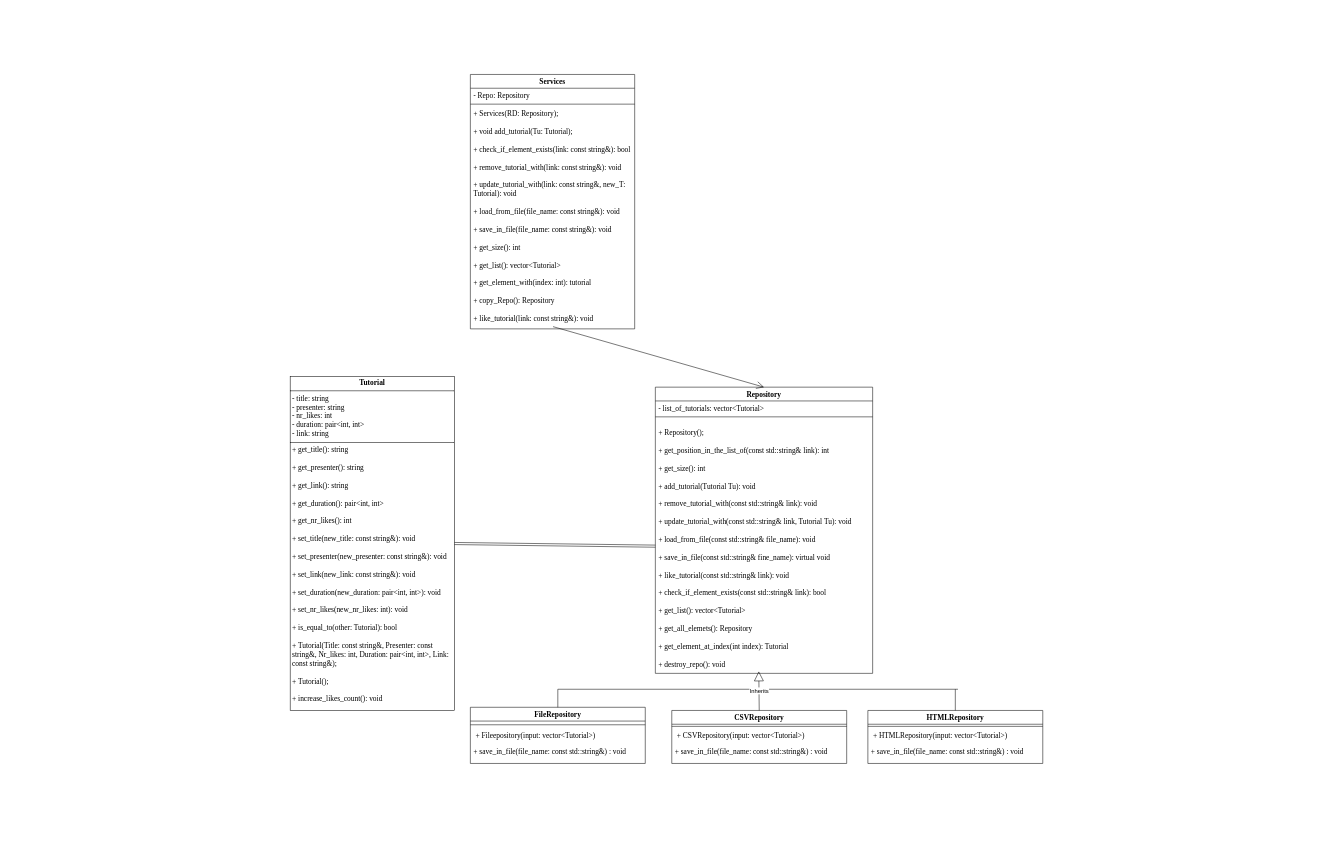
This is Untitled Diagram.drawio from TaschinaLuca/UML, a draw.io file, before an edit. Source tidied: cells renumbered, new cells numbered last; positions are measured from the earlier drawing's top-left corner, leaving out a move shared by most shapes. Both pictures are drawn from the tidied source at 53%, with x=0, y=0 at pixel (290, 74).
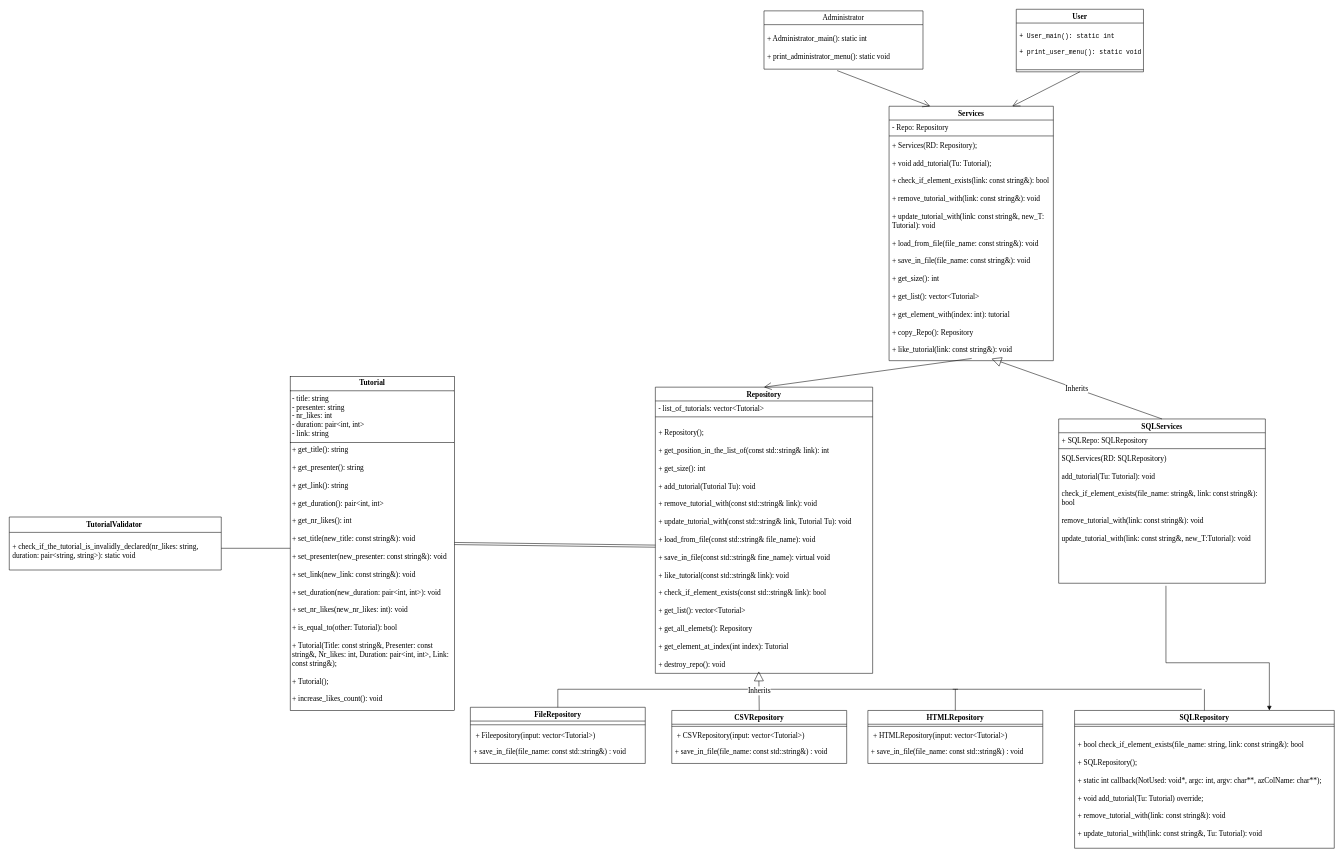
The same diagram, later.

Unchanged cells that the change refers to:
```xml
<mxCell id="5" value="&lt;div&gt;&lt;pre style=&quot;&quot;&gt;&lt;font style=&quot;color: rgb(0, 0, 0); font-size: 14px;&quot; face=&quot;Times New Roman&quot;&gt;+ Repository();&lt;br&gt;&lt;br&gt;+ get_position_in_the_list_of(const std::string&amp;amp; link): int&lt;br&gt;&lt;br&gt;+ get_size(): int&lt;br&gt;&lt;br&gt;+ add_tutorial(Tutorial Tu): void&lt;br&gt;&lt;br&gt;+ remove_tutorial_with(const std::string&amp;amp; link): void&lt;br&gt;&lt;br&gt;+ update_tutorial_with(const std::string&amp;amp; link, Tutorial Tu): void&lt;br&gt;&lt;br&gt;+ load_from_file(const std::string&amp;amp; file_name): void&lt;br&gt;&lt;br&gt;+ save_in_file(const std::string&amp;amp; fine_name): virtual void&lt;br&gt;&lt;br&gt;+ like_tutorial(const std::string&amp;amp; link): void&lt;br&gt;&lt;br&gt;+ check_if_element_exists(const std::string&amp;amp; link): bool&lt;br&gt;&lt;br&gt;+ get_list(): vector&amp;lt;Tutorial&amp;gt;&lt;br&gt;&lt;br&gt;+ get_all_elemets(): Repository&lt;br&gt;&lt;br&gt;+ get_element_at_index(int index): Tutorial&lt;br&gt;&lt;br&gt;+ destroy_repo(): void&lt;/font&gt;&lt;/pre&gt;&lt;/div&gt;" style="text;strokeColor=none;fillColor=none;align=left;verticalAlign=top;spacingLeft=4;spacingRight=4;overflow=hidden;points=[[0,0.5],[1,0.5]];portConstraint=eastwest;whiteSpace=wrap;html=1;" parent="2" vertex="1">
  <mxGeometry y="60" width="410" height="480" as="geometry" />
</mxCell>
<mxCell id="9" value="&lt;font face=&quot;Times New Roman&quot; style=&quot;font-size: 14px;&quot;&gt;CSVRepository&lt;/font&gt;" style="swimlane;fontStyle=1;align=center;verticalAlign=top;horizontal=1;startSize=26;whiteSpace=wrap;html=1;" parent="1" vertex="1">
  <mxGeometry x="720" y="1200" width="330" height="100" as="geometry" />
</mxCell>
<mxCell id="23" value="&lt;div&gt;&lt;font face=&quot;Times New Roman&quot; style=&quot;font-size: 14px;&quot;&gt;+ Services(RD: Repository);&lt;/font&gt;&lt;/div&gt;&lt;div&gt;&lt;font face=&quot;Times New Roman&quot; style=&quot;font-size: 14px;&quot;&gt;&lt;br&gt;&lt;/font&gt;&lt;/div&gt;&lt;div&gt;&lt;font face=&quot;Times New Roman&quot; style=&quot;font-size: 14px;&quot;&gt;+ void add_tutorial(Tu: Tutorial);&lt;/font&gt;&lt;/div&gt;&lt;div&gt;&lt;font face=&quot;Times New Roman&quot; style=&quot;font-size: 14px;&quot;&gt;&lt;br&gt;&lt;/font&gt;&lt;/div&gt;&lt;div&gt;&lt;font face=&quot;Times New Roman&quot; style=&quot;font-size: 14px;&quot;&gt;+ check_if_element_exists(link: const string&amp;amp;): bool&lt;/font&gt;&lt;/div&gt;&lt;div&gt;&lt;font face=&quot;Times New Roman&quot; style=&quot;font-size: 14px;&quot;&gt;&lt;br&gt;&lt;/font&gt;&lt;/div&gt;&lt;div&gt;&lt;font face=&quot;Times New Roman&quot; style=&quot;font-size: 14px;&quot;&gt;+ remove_tutorial_with(link: const string&amp;amp;): void&lt;/font&gt;&lt;/div&gt;&lt;div&gt;&lt;font face=&quot;Times New Roman&quot; style=&quot;font-size: 14px;&quot;&gt;&lt;br&gt;&lt;/font&gt;&lt;/div&gt;&lt;div&gt;&lt;font face=&quot;Times New Roman&quot; style=&quot;font-size: 14px;&quot;&gt;+ update_tutorial_with(link: const string&amp;amp;, new_T: Tutorial): void&lt;/font&gt;&lt;/div&gt;&lt;div&gt;&lt;font face=&quot;Times New Roman&quot; style=&quot;font-size: 14px;&quot;&gt;&lt;br&gt;&lt;/font&gt;&lt;/div&gt;&lt;div&gt;&lt;font face=&quot;Times New Roman&quot; style=&quot;font-size: 14px;&quot;&gt;+ load_from_file(file_name: const string&amp;amp;): void&lt;/font&gt;&lt;/div&gt;&lt;div&gt;&lt;font face=&quot;Times New Roman&quot; style=&quot;font-size: 14px;&quot;&gt;&lt;br&gt;&lt;/font&gt;&lt;/div&gt;&lt;div&gt;&lt;font face=&quot;Times New Roman&quot; style=&quot;font-size: 14px;&quot;&gt;+ save_in_file(file_name: const string&amp;amp;): void&lt;/font&gt;&lt;/div&gt;&lt;div&gt;&lt;font face=&quot;Times New Roman&quot; style=&quot;font-size: 14px;&quot;&gt;&lt;br&gt;&lt;/font&gt;&lt;/div&gt;&lt;div&gt;&lt;font face=&quot;Times New Roman&quot; style=&quot;font-size: 14px;&quot;&gt;+ get_size(): int&lt;/font&gt;&lt;/div&gt;&lt;div&gt;&lt;font face=&quot;Times New Roman&quot; style=&quot;font-size: 14px;&quot;&gt;&lt;br&gt;&lt;/font&gt;&lt;/div&gt;&lt;div&gt;&lt;font face=&quot;Times New Roman&quot; style=&quot;font-size: 14px;&quot;&gt;+ get_list(): vector&amp;lt;Tutorial&amp;gt;&lt;/font&gt;&lt;/div&gt;&lt;div&gt;&lt;font face=&quot;Times New Roman&quot; style=&quot;font-size: 14px;&quot;&gt;&lt;br&gt;&lt;/font&gt;&lt;/div&gt;&lt;div&gt;&lt;font face=&quot;Times New Roman&quot; style=&quot;font-size: 14px;&quot;&gt;+ get_element_with(index: int): tutorial&lt;/font&gt;&lt;/div&gt;&lt;div&gt;&lt;font face=&quot;Times New Roman&quot; style=&quot;font-size: 14px;&quot;&gt;&lt;br&gt;&lt;/font&gt;&lt;/div&gt;&lt;div&gt;&lt;font face=&quot;Times New Roman&quot; style=&quot;font-size: 14px;&quot;&gt;+ copy_Repo(): Repository&lt;/font&gt;&lt;/div&gt;&lt;div&gt;&lt;font face=&quot;Times New Roman&quot; style=&quot;font-size: 14px;&quot;&gt;&lt;br&gt;&lt;/font&gt;&lt;/div&gt;&lt;div&gt;&lt;font face=&quot;Times New Roman&quot; style=&quot;font-size: 14px;&quot;&gt;+ like_tutorial(link: const string&amp;amp;): void&lt;/font&gt;&lt;/div&gt;&lt;div&gt;&lt;font face=&quot;Times New Roman&quot; style=&quot;font-size: 14px;&quot;&gt;&lt;br&gt;&lt;/font&gt;&lt;/div&gt;&lt;div&gt;&lt;font face=&quot;Times New Roman&quot; style=&quot;font-size: 14px;&quot;&gt;+ destroy_service(): void&lt;/font&gt;&lt;/div&gt;" style="text;strokeColor=none;fillColor=none;align=left;verticalAlign=top;spacingLeft=4;spacingRight=4;overflow=hidden;points=[[0,0.5],[1,0.5]];portConstraint=eastwest;whiteSpace=wrap;html=1;" parent="20" vertex="1">
  <mxGeometry y="60" width="310" height="420" as="geometry" />
</mxCell>
```

What changed in the source:
```diff
@@
-    <mxCell id="17" value="Inherits" style="endArrow=block;endSize=16;endFill=0;html=1;rounded=0;exitX=0.5;exitY=0;exitDx=0;exitDy=0;entryX=0.476;entryY=0.992;entryDx=0;entryDy=0;entryPerimeter=0;" parent="1" edge="1" source="9" target="5">
+    <mxCell id="17" value="&lt;font face=&quot;Times New Roman&quot; style=&quot;font-size: 14px;&quot;&gt;Inherits&lt;/font&gt;" style="endArrow=block;endSize=16;endFill=0;html=1;rounded=0;exitX=0.5;exitY=0;exitDx=0;exitDy=0;entryX=0.476;entryY=0.992;entryDx=0;entryDy=0;entryPerimeter=0;" parent="1" edge="1" source="9" target="5">
       <mxGeometry relative="1" as="geometry" />
     </mxCell>
@@
     <mxCell id="20" value="&lt;font style=&quot;font-size: 14px;&quot; face=&quot;Times New Roman&quot;&gt;Services&lt;/font&gt;" style="swimlane;fontStyle=1;align=center;verticalAlign=top;horizontal=1;startSize=26;whiteSpace=wrap;html=1;" parent="1" vertex="1">
-      <mxGeometry x="340" width="310" height="480" as="geometry" />
+      <mxGeometry x="1130" y="60" width="310" height="480" as="geometry" />
     </mxCell>
@@
+    <mxCell id="25" value="&lt;font face=&quot;Times New Roman&quot; style=&quot;font-size: 14px;&quot;&gt;TutorialValidator&lt;/font&gt;&amp;nbsp;" style="swimlane;fontStyle=1;align=center;verticalAlign=middle;horizontal=1;startSize=29;html=1;whiteSpace=wrap;" parent="1" vertex="1">
+      <mxGeometry x="-530" y="835" width="400" height="100" as="geometry" />
+    </mxCell>
+    <mxCell id="26" value="&lt;font face=&quot;Times New Roman&quot; style=&quot;font-size: 14px;&quot;&gt;+ check_if_the_tutorial_is_invalidly_declared(nr_likes: string, duration: pair&amp;lt;string, string&amp;gt;): static void&lt;/font&gt;" style="text;html=1;strokeColor=none;fillColor=none;align=left;verticalAlign=middle;spacingLeft=4;spacingRight=4;overflow=hidden;whiteSpace=wrap;" parent="25" vertex="1">
+      <mxGeometry y="29" width="400" height="71" as="geometry" />
+    </mxCell>
+    <mxCell id="27" style="line;strokeWidth=1;fillColor=none;align=left;verticalAlign=middle;spacingTop=-1;spacingLeft=3;spacingRight=3;labelPosition=right;strokeColor=inherit;" parent="1" vertex="1">
+      <mxGeometry x="-130" y="890" width="130" height="8" as="geometry" />
+    </mxCell>
+    <mxCell id="28" value="&lt;font style=&quot;font-size: 14px;&quot; face=&quot;Times New Roman&quot;&gt;SQLRepository&lt;/font&gt;" style="swimlane;fontStyle=1;align=center;verticalAlign=top;horizontal=1;startSize=26;whiteSpace=wrap;html=1;" parent="1" vertex="1">
+      <mxGeometry x="1480" y="1200" width="490" height="260" as="geometry" />
+    </mxCell>
+    <mxCell id="29" style="line;strokeWidth=1;fillColor=none;align=left;verticalAlign=middle;spacingTop=-1;spacingLeft=3;spacingRight=3;labelPosition=right;strokeColor=inherit;" parent="28" vertex="1">
+      <mxGeometry y="26" width="490" height="8" as="geometry" />
+    </mxCell>
+    <mxCell id="30" value="&lt;div&gt;&lt;font face=&quot;Times New Roman&quot; style=&quot;font-size: 14px;&quot;&gt;&lt;br&gt;&lt;/font&gt;&lt;/div&gt;&lt;div&gt;&lt;font face=&quot;Times New Roman&quot; style=&quot;font-size: 14px;&quot;&gt;+ bool check_if_element_exists(file_name: string, link: const string&amp;amp;): bool&lt;/font&gt;&lt;/div&gt;&lt;div&gt;&lt;font face=&quot;Times New Roman&quot; style=&quot;font-size: 14px;&quot;&gt;&lt;br&gt;&lt;/font&gt;&lt;/div&gt;&lt;div&gt;&lt;font face=&quot;Times New Roman&quot; style=&quot;font-size: 14px;&quot;&gt;+ SQLRepository();&lt;/font&gt;&lt;/div&gt;&lt;div&gt;&lt;font face=&quot;Times New Roman&quot; style=&quot;font-size: 14px;&quot;&gt;&lt;br&gt;&lt;/font&gt;&lt;/div&gt;&lt;div&gt;&lt;font face=&quot;Times New Roman&quot; style=&quot;font-size: 14px;&quot;&gt;+ static int callback(NotUsed: void*, argc: int, argv: char**, azColName: char**);&lt;/font&gt;&lt;/div&gt;&lt;div&gt;&lt;font face=&quot;Times New Roman&quot; style=&quot;font-size: 14px;&quot;&gt;&lt;br&gt;&lt;/font&gt;&lt;/div&gt;&lt;div&gt;&lt;font face=&quot;Times New Roman&quot; style=&quot;font-size: 14px;&quot;&gt;+ void add_tutorial(Tu: Tutorial) override;&lt;/font&gt;&lt;/div&gt;&lt;div&gt;&lt;font face=&quot;Times New Roman&quot; style=&quot;font-size: 14px;&quot;&gt;&lt;br&gt;&lt;/font&gt;&lt;/div&gt;&lt;div&gt;&lt;font face=&quot;Times New Roman&quot; style=&quot;font-size: 14px;&quot;&gt;+ remove_tutorial_with(link: const string&amp;amp;): void&lt;/font&gt;&lt;/div&gt;&lt;div&gt;&lt;font face=&quot;Times New Roman&quot; style=&quot;font-size: 14px;&quot;&gt;&lt;br&gt;&lt;/font&gt;&lt;/div&gt;&lt;div&gt;&lt;font face=&quot;Times New Roman&quot; style=&quot;font-size: 14px;&quot;&gt;+ update_tutorial_with(link: const string&amp;amp;, Tu: Tutorial): void&lt;/font&gt;&lt;/div&gt;" style="text;strokeColor=none;fillColor=none;align=left;verticalAlign=top;spacingLeft=4;spacingRight=4;overflow=hidden;whiteSpace=wrap;html=1;" parent="28" vertex="1">
+      <mxGeometry y="34" width="490" height="226" as="geometry" />
+    </mxCell>
+    <mxCell id="31" style="endArrow=none;html=1;rounded=0;" parent="1" edge="1">
+      <mxGeometry relative="1" as="geometry">
+        <mxPoint x="1250" y="1160" as="sourcePoint" />
+        <mxPoint x="1720" y="1160" as="targetPoint" />
+      </mxGeometry>
+    </mxCell>
+    <mxCell id="32" style="endArrow=none;html=1;rounded=0;entryX=0.5;entryY=0;entryDx=0;entryDy=0;" parent="1" edge="1" target="28">
+      <mxGeometry relative="1" as="geometry">
+        <mxPoint x="1725" y="1160" as="sourcePoint" />
+      </mxGeometry>
+    </mxCell>
+    <mxCell id="33" value="&lt;font face=&quot;Times New Roman&quot; style=&quot;font-size: 14px;&quot;&gt;SQLServices&lt;/font&gt;" style="swimlane;fontStyle=1;align=center;verticalAlign=top;horizontal=1;startSize=26;whiteSpace=wrap;html=1;" parent="1" vertex="1">
+      <mxGeometry x="1450" y="650" width="390" height="310" as="geometry" />
+    </mxCell>
+    <mxCell id="34" value="&lt;font style=&quot;font-size: 14px;&quot; face=&quot;Times New Roman&quot;&gt;+ SQLRepo: SQLRepository&lt;/font&gt;" style="text;strokeColor=none;fillColor=none;align=left;verticalAlign=top;spacingLeft=4;spacingRight=4;overflow=hidden;whiteSpace=wrap;html=1;" parent="33" vertex="1">
+      <mxGeometry y="26" width="390" height="26" as="geometry" />
+    </mxCell>
+    <mxCell id="35" style="line;strokeWidth=1;fillColor=none;align=left;verticalAlign=middle;spacingTop=-1;spacingLeft=3;spacingRight=3;labelPosition=right;strokeColor=inherit;" parent="33" vertex="1">
+      <mxGeometry y="52" width="390" height="8" as="geometry" />
+    </mxCell>
+    <mxCell id="36" value="&lt;div&gt;&lt;font face=&quot;Times New Roman&quot; style=&quot;font-size: 14px;&quot;&gt;SQLServices(RD: SQLRepository)&lt;/font&gt;&lt;/div&gt;&lt;div&gt;&lt;font face=&quot;Times New Roman&quot; style=&quot;font-size: 14px;&quot;&gt;&lt;br&gt;&lt;/font&gt;&lt;/div&gt;&lt;div&gt;&lt;font face=&quot;Times New Roman&quot; style=&quot;font-size: 14px;&quot;&gt;add_tutorial(Tu: Tutorial): void&lt;/font&gt;&lt;/div&gt;&lt;div&gt;&lt;font face=&quot;Times New Roman&quot; style=&quot;font-size: 14px;&quot;&gt;&lt;br&gt;&lt;/font&gt;&lt;/div&gt;&lt;div&gt;&lt;font face=&quot;Times New Roman&quot; style=&quot;font-size: 14px;&quot;&gt;check_if_element_exists(file_name: string&amp;amp;, link: const string&amp;amp;): bool&lt;/font&gt;&lt;/div&gt;&lt;div&gt;&lt;font face=&quot;Times New Roman&quot; style=&quot;font-size: 14px;&quot;&gt;&lt;br&gt;&lt;/font&gt;&lt;/div&gt;&lt;div&gt;&lt;font face=&quot;Times New Roman&quot; style=&quot;font-size: 14px;&quot;&gt;remove_tutorial_with(link: const string&amp;amp;): void&lt;/font&gt;&lt;/div&gt;&lt;div&gt;&lt;font face=&quot;Times New Roman&quot; style=&quot;font-size: 14px;&quot;&gt;&lt;br&gt;&lt;/font&gt;&lt;/div&gt;&lt;div&gt;&lt;font face=&quot;Times New Roman&quot; style=&quot;font-size: 14px;&quot;&gt;update_tutorial_with(link: const string&amp;amp;, new_T:Tutorial): void&lt;/font&gt;&lt;/div&gt;" style="text;strokeColor=none;fillColor=none;align=left;verticalAlign=top;spacingLeft=4;spacingRight=4;overflow=hidden;points=[[0,0.5],[1,0.5]];portConstraint=eastwest;whiteSpace=wrap;html=1;" parent="33" vertex="1">
+      <mxGeometry y="60" width="390" height="250" as="geometry" />
+    </mxCell>
+    <mxCell id="37" value="&lt;font style=&quot;font-size: 14px;&quot; face=&quot;Times New Roman&quot;&gt;Inherits&lt;/font&gt;" style="endArrow=block;endSize=16;endFill=0;html=1;rounded=0;exitX=0.5;exitY=0;exitDx=0;exitDy=0;entryX=0.624;entryY=0.991;entryDx=0;entryDy=0;entryPerimeter=0;" parent="1" edge="1" source="33" target="23">
+      <mxGeometry relative="1" as="geometry" />
+    </mxCell>
+    <mxCell id="38" style="endArrow=block;endFill=1;html=1;edgeStyle=orthogonalEdgeStyle;align=left;verticalAlign=top;rounded=0;exitX=0.519;exitY=1.019;exitDx=0;exitDy=0;exitPerimeter=0;entryX=0.75;entryY=0;entryDx=0;entryDy=0;" parent="1" edge="1" source="36" target="28">
+      <mxGeometry x="-1" relative="1" as="geometry">
+        <Array as="points">
+          <mxPoint x="1652" y="1110" />
+          <mxPoint x="1848" y="1110" />
+        </Array>
+      </mxGeometry>
+    </mxCell>
+    <mxCell id="39" value="&lt;font style=&quot;font-size: 14px;&quot; face=&quot;Times New Roman&quot;&gt;Administrator&lt;/font&gt;" style="swimlane;fontStyle=0;horizontal=1;startSize=26;fillColor=none;whiteSpace=wrap;html=1;" parent="1" vertex="1">
+      <mxGeometry x="894" y="-120" width="300" height="110" as="geometry" />
+    </mxCell>
+    <mxCell id="40" value="&lt;div&gt;&lt;pre style=&quot;&quot;&gt;&lt;span style=&quot;background-color: rgb(255, 255, 255);&quot;&gt;&lt;font face=&quot;Times New Roman&quot; style=&quot;color: rgb(0, 0, 0); font-size: 14px;&quot;&gt;+ Administrator_main(): static int&lt;br&gt;&lt;br&gt;+ print_administrator_menu(): static void&lt;/font&gt;&lt;/span&gt;&lt;/pre&gt;&lt;/div&gt;" style="text;strokeColor=none;fillColor=none;align=left;verticalAlign=top;spacingLeft=4;spacingRight=4;overflow=hidden;points=[[0,0.5],[1,0.5]];portConstraint=eastwest;whiteSpace=wrap;html=1;" parent="39" vertex="1">
+      <mxGeometry y="26" width="300" height="84" as="geometry" />
+    </mxCell>
+    <mxCell id="41" value="&lt;font face=&quot;Times New Roman&quot; style=&quot;font-size: 14px;&quot;&gt;User&lt;/font&gt;" style="swimlane;fontStyle=1;align=center;verticalAlign=top;horizontal=1;startSize=26;whiteSpace=wrap;html=1;" parent="1" vertex="1">
+      <mxGeometry x="1370" y="-123" width="240" height="118" as="geometry" />
+    </mxCell>
+    <mxCell id="42" value="&lt;div style=&quot;&quot;&gt;&lt;pre style=&quot;&quot;&gt;&lt;span style=&quot;background-color: rgb(255, 255, 255);&quot;&gt;+ User_main(): static int&lt;br&gt;&lt;br&gt;+ print_user_menu(): static void&lt;/span&gt;&lt;/pre&gt;&lt;/div&gt;" style="text;strokeColor=none;fillColor=none;align=left;verticalAlign=top;spacingLeft=4;spacingRight=4;overflow=hidden;whiteSpace=wrap;html=1;" parent="41" vertex="1">
+      <mxGeometry y="26" width="240" height="84" as="geometry" />
+    </mxCell>
+    <mxCell id="43" style="line;strokeWidth=1;fillColor=none;align=left;verticalAlign=middle;spacingTop=-1;spacingLeft=3;spacingRight=3;labelPosition=right;strokeColor=inherit;" parent="41" vertex="1">
+      <mxGeometry y="110" width="240" height="8" as="geometry" />
+    </mxCell>
+    <mxCell id="44" style="endArrow=open;endFill=1;endSize=12;html=1;rounded=0;exitX=0.46;exitY=1.032;exitDx=0;exitDy=0;exitPerimeter=0;entryX=0.25;entryY=0;entryDx=0;entryDy=0;" parent="1" edge="1" source="40" target="20">
+      <mxGeometry relative="1" as="geometry" />
+    </mxCell>
+    <mxCell id="45" style="endArrow=open;endFill=1;endSize=12;html=1;rounded=0;entryX=0.75;entryY=0;entryDx=0;entryDy=0;exitX=0.5;exitY=1;exitDx=0;exitDy=0;" parent="1" edge="1" source="41" target="20">
+      <mxGeometry relative="1" as="geometry" />
+    </mxCell>
```
